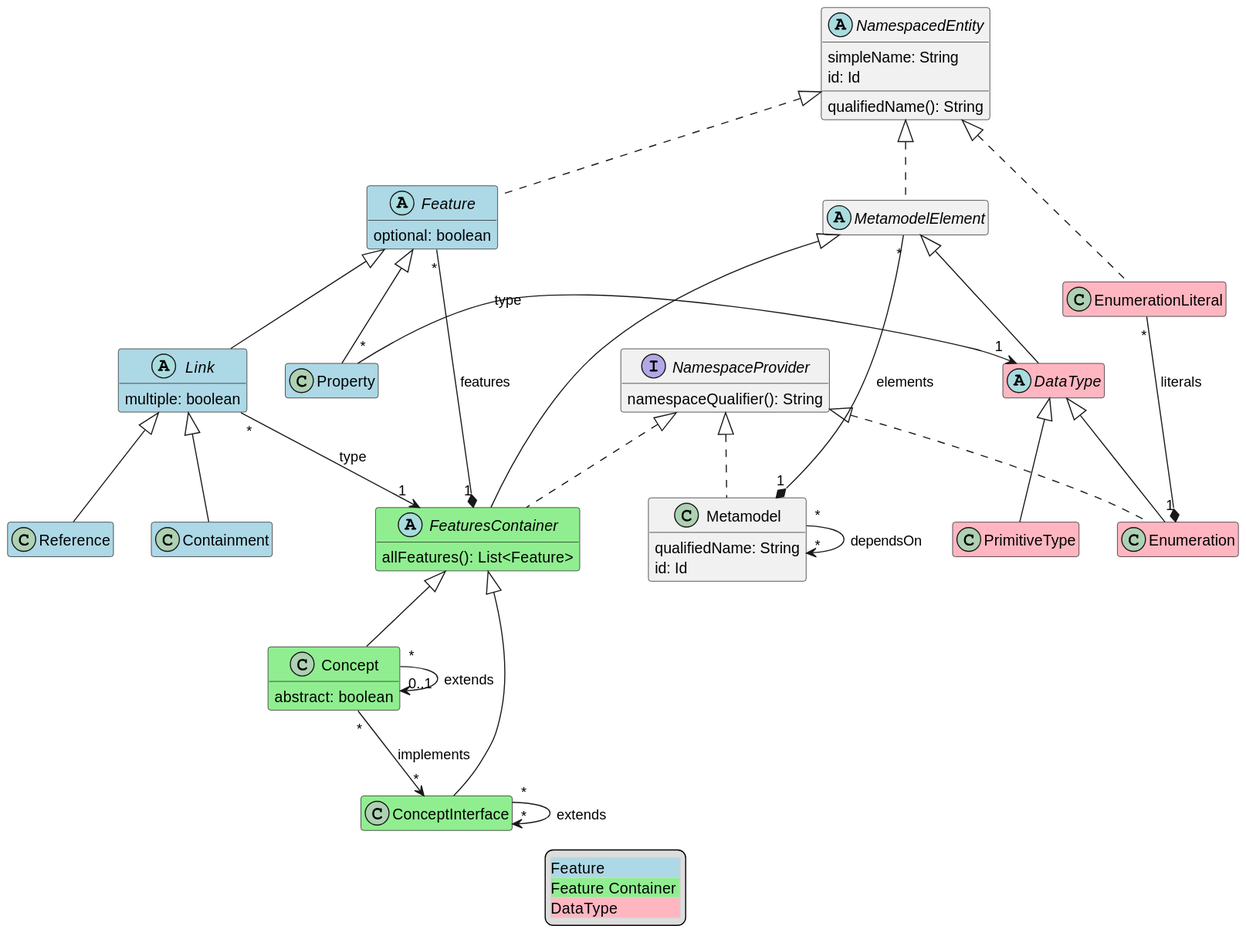
Earlier version of the PlantUML export lioncore/rendered/metametamodel.svg (LionWeb-io/specification).
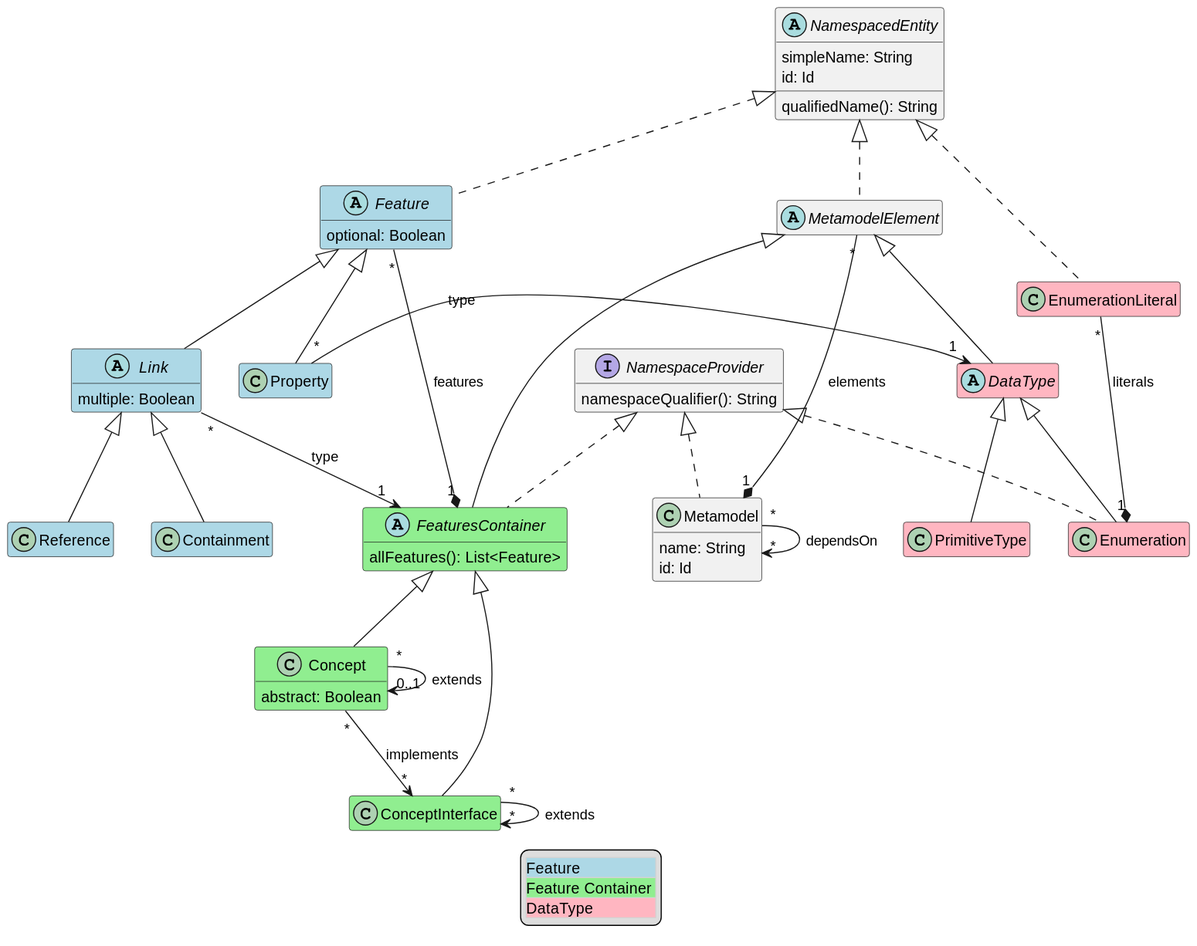
After the change.

What changed in the source:
```diff
@@ -2,7 +2,7 @@
 hide empty members
 
 class Concept #LightGreen extends FeaturesContainer {
-  abstract: boolean
+  abstract: Boolean
 }
 
 class ConceptInterface #LightGreen extends FeaturesContainer
@@ -16,7 +16,7 @@
 class EnumerationLiteral #LightPink implements NamespacedEntity
 
 abstract class Feature #LightBlue implements NamespacedEntity {
-  optional: boolean
+  optional: Boolean
 }
 
 abstract class FeaturesContainer #LightGreen extends MetamodelElement implements NamespaceProvider {
@@ -24,11 +24,11 @@
 }
 
 abstract class Link #LightBlue extends Feature {
-  multiple: boolean
+  multiple: Boolean
 }
 
 class Metamodel implements NamespaceProvider {
-  qualifiedName: String
+  name: String
   id: Id
 }
 
```
